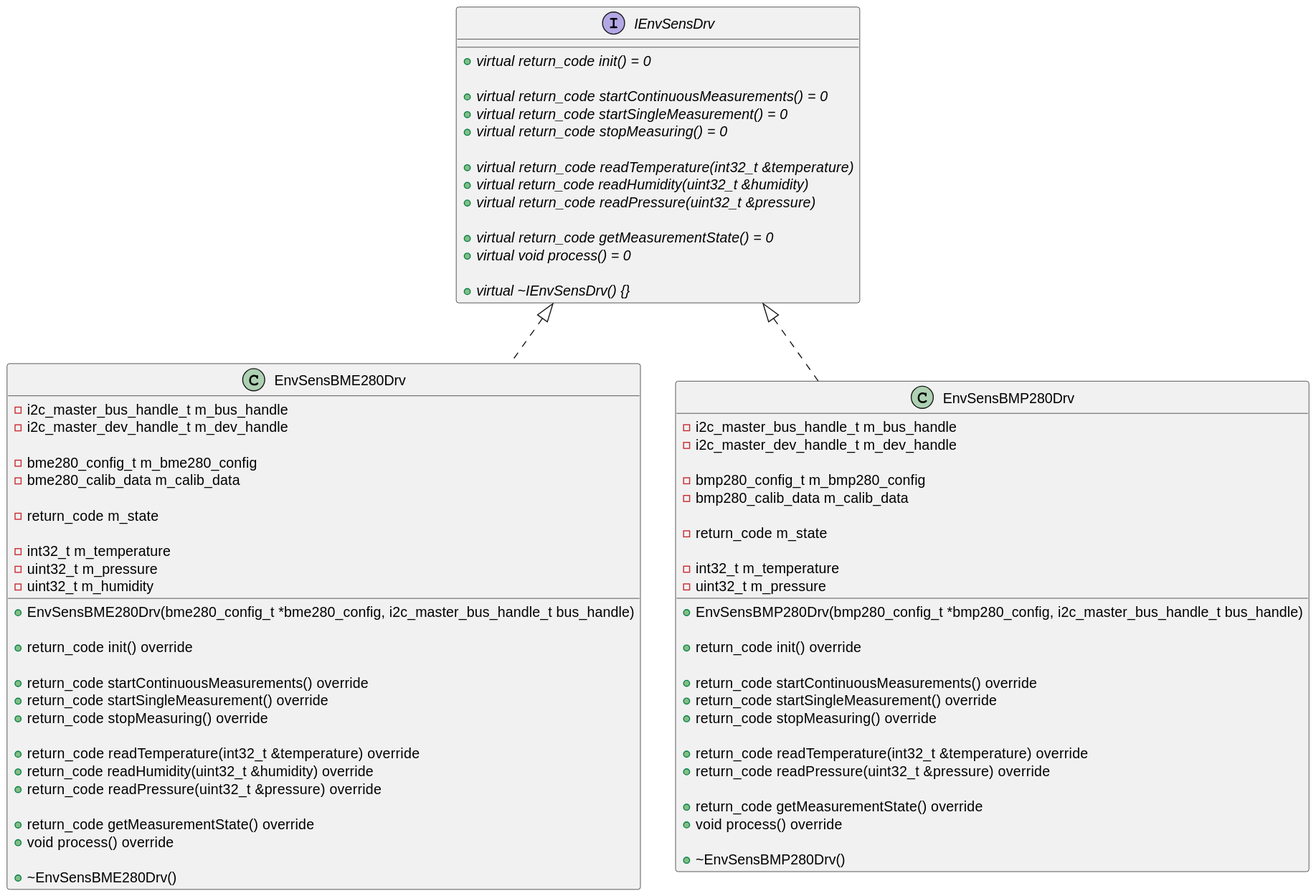
Before: iot_espdif/doc/out/class_diagram/diagram.svg, a diagram exported from PlantUML (adrianhopa2/embeddedGL2024).
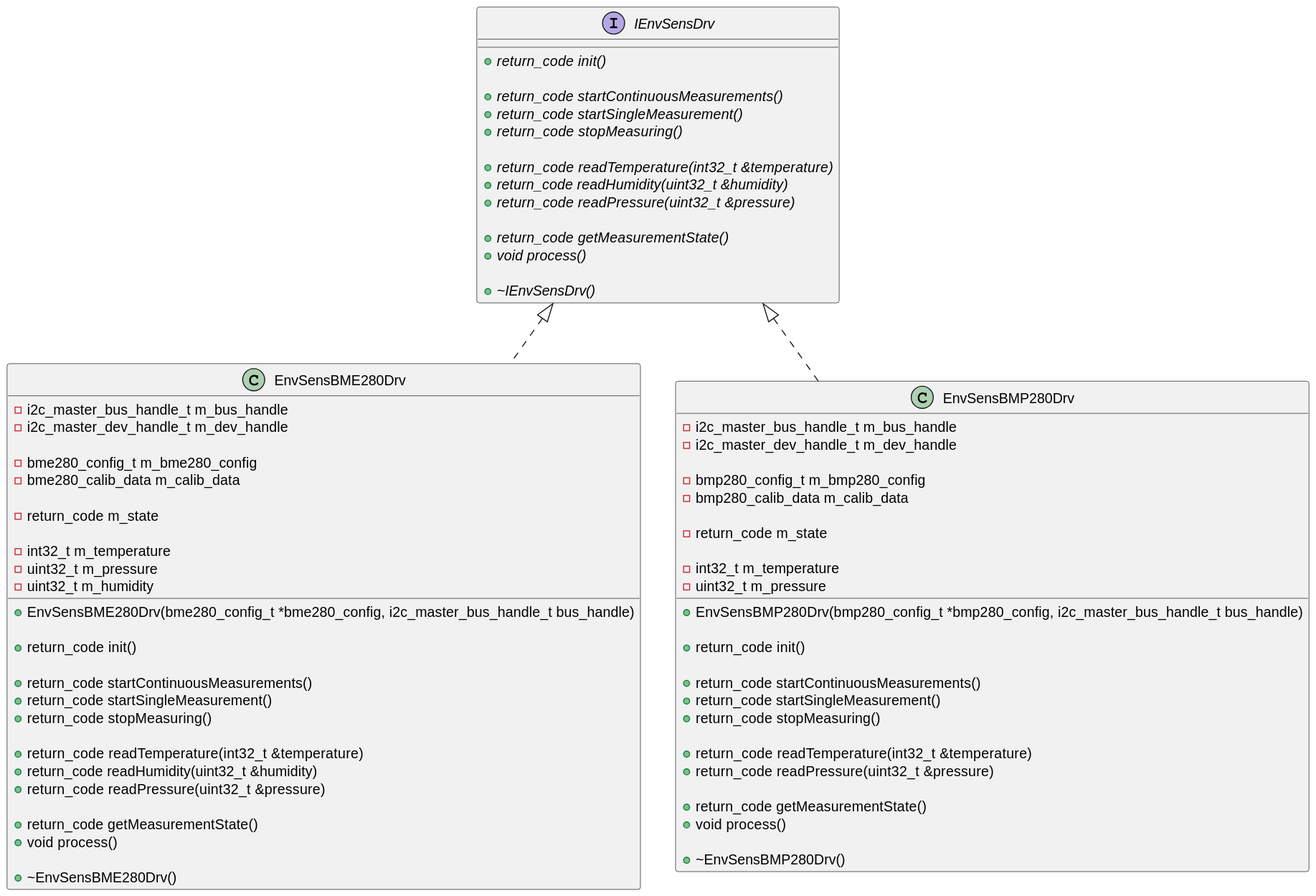
The same file after the commit.

Commit message:
remove "override" and add {abstract}

What changed in the source:
```diff
@@ -1,20 +1,20 @@
 @startuml
 interface IEnvSensDrv
 {
-    +{abstract}virtual return_code init() = 0
+    + {abstract} return_code init()
 
-    +{abstract}virtual return_code startContinuousMeasurements() = 0
-    +{abstract}virtual return_code startSingleMeasurement() = 0
-    +{abstract}virtual return_code stopMeasuring() = 0
+    + {abstract} return_code startContinuousMeasurements()
+    + {abstract} return_code startSingleMeasurement()
+    + {abstract} return_code stopMeasuring()
 
-    +{abstract}virtual return_code readTemperature(int32_t &temperature)
-    +{abstract}virtual return_code readHumidity(uint32_t &humidity)
-    +{abstract}virtual return_code readPressure(uint32_t &pressure)
+    + {abstract} return_code readTemperature(int32_t &temperature)
+    + {abstract} return_code readHumidity(uint32_t &humidity)
+    + {abstract} return_code readPressure(uint32_t &pressure)
 
-    +{abstract}virtual return_code getMeasurementState() = 0
-    +{abstract}virtual void process() = 0
+    + {abstract} return_code getMeasurementState()
+    + {abstract} void process()
 
-    +{abstract}virtual ~IEnvSensDrv() {}
+    + {abstract} ~IEnvSensDrv()
 }
 
 class EnvSensBME280Drv implements IEnvSensDrv
@@ -33,18 +33,18 @@
 
     +EnvSensBME280Drv(bme280_config_t *bme280_config, i2c_master_bus_handle_t bus_handle)
 
-    +return_code init() override
+    +return_code init()
 
-    +return_code startContinuousMeasurements() override
-    +return_code startSingleMeasurement() override
-    +return_code stopMeasuring() override
+    +return_code startContinuousMeasurements()
+    +return_code startSingleMeasurement()
+    +return_code stopMeasuring()
 
-    +return_code readTemperature(int32_t &temperature) override
-    +return_code readHumidity(uint32_t &humidity) override
-    +return_code readPressure(uint32_t &pressure) override
+    +return_code readTemperature(int32_t &temperature)
+    +return_code readHumidity(uint32_t &humidity)
+    +return_code readPressure(uint32_t &pressure)
 
-    +return_code getMeasurementState() override
-    +void process() override
+    +return_code getMeasurementState()
+    +void process()
 
     +~EnvSensBME280Drv()
 }
@@ -64,17 +64,17 @@
 
     +EnvSensBMP280Drv(bmp280_config_t *bmp280_config, i2c_master_bus_handle_t bus_handle)
 
-    +return_code init() override
+    +return_code init()
 
-    +return_code startContinuousMeasurements() override
-    +return_code startSingleMeasurement() override
-    +return_code stopMeasuring() override
+    +return_code startContinuousMeasurements()
+    +return_code startSingleMeasurement()
+    +return_code stopMeasuring()
 
-    +return_code readTemperature(int32_t &temperature) override
-    +return_code readPressure(uint32_t &pressure) override
+    +return_code readTemperature(int32_t &temperature)
+    +return_code readPressure(uint32_t &pressure)
 
-    +return_code getMeasurementState() override
-    +void process() override
+    +return_code getMeasurementState()
+    +void process()
 
     +~EnvSensBMP280Drv()
 }
```
